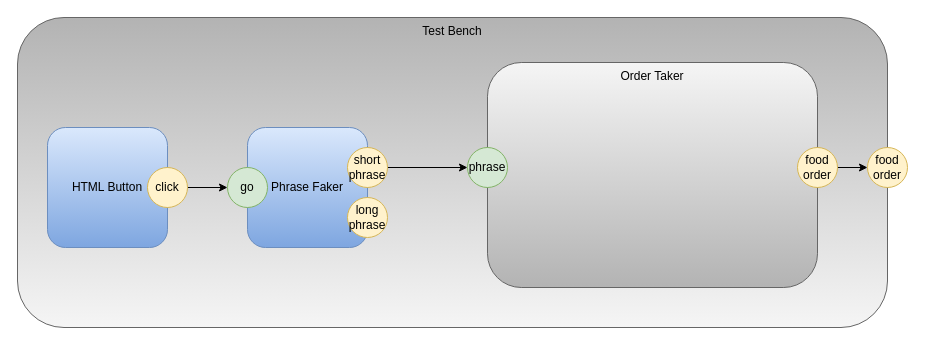
guitarvydas/das2json keeps this draw.io diagram as testbench.drawio. Above is the earlier version. Source tidied: cells renumbered, new cells numbered last; positions are measured from the earlier drawing's top-left corner, leaving out a move shared by most shapes. Both pictures are drawn from the tidied source at 100%, with x=0, y=0 at pixel (17, 17).
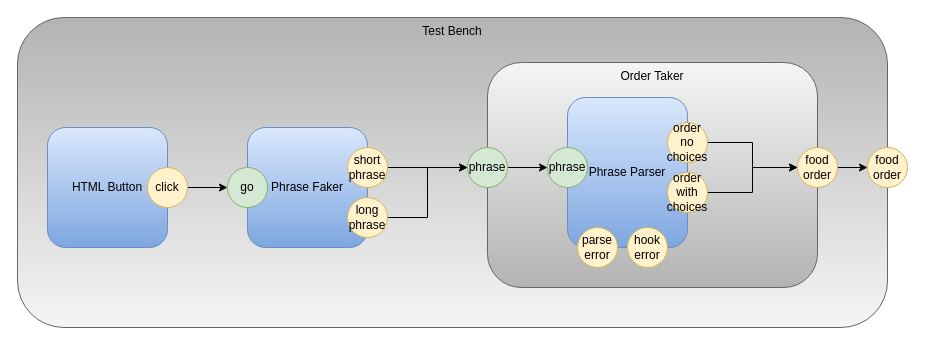
The same diagram, later.

Commit message (it also covers changes not shown here):
put testbench.drawio diagram back together again

Unchanged cells that the change refers to:
```xml
<mxCell id="5" value="food order" style="ellipse;whiteSpace=wrap;html=1;fillColor=#fff2cc;strokeColor=#d6b656;" parent="1" vertex="1">
  <mxGeometry x="780" y="130" width="40" height="40" as="geometry" />
</mxCell>
<mxCell id="6" value="phrase" style="ellipse;whiteSpace=wrap;html=1;fillColor=#d5e8d4;strokeColor=#82b366;" parent="1" vertex="1">
  <mxGeometry x="450" y="130" width="40" height="40" as="geometry" />
</mxCell>
<mxCell id="13" value="long phrase" style="ellipse;whiteSpace=wrap;html=1;fillColor=#fff2cc;strokeColor=#d6b656;" parent="1" vertex="1">
  <mxGeometry x="330" y="180" width="40" height="40" as="geometry" />
</mxCell>
```

The edit, as a diff of the source:
```diff
@@
+    <mxCell id="16" style="edgeStyle=orthogonalEdgeStyle;rounded=0;jettySize=auto;html=1;exitX=1;exitY=0.5;exitDx=0;exitDy=0;" parent="1" edge="1" source="6" target="21">
+      <mxGeometry relative="1" as="geometry" />
+    </mxCell>
@@
+    <mxCell id="17" style="edgeStyle=orthogonalEdgeStyle;rounded=0;jettySize=auto;html=1;exitX=1;exitY=0.5;exitDx=0;exitDy=0;entryX=0;entryY=0.5;entryDx=0;entryDy=0;" parent="1" edge="1" source="13" target="6">
+      <mxGeometry relative="1" as="geometry" />
+    </mxCell>
@@
+    <mxCell id="18" value="Phrase Parser" style="rounded=1;whiteSpace=wrap;html=1;gradientColor=#7ea6e0;fillColor=#dae8fc;strokeColor=#6c8ebf;" parent="1" vertex="1">
+      <mxGeometry x="550" y="80" width="120" height="150" as="geometry" />
+    </mxCell>
+    <mxCell id="19" style="edgeStyle=orthogonalEdgeStyle;rounded=0;jettySize=auto;html=1;exitX=1;exitY=0.5;exitDx=0;exitDy=0;" parent="1" edge="1" source="20" target="5">
+      <mxGeometry relative="1" as="geometry" />
+    </mxCell>
+    <mxCell id="20" value="order no choices" style="ellipse;whiteSpace=wrap;html=1;fillColor=#fff2cc;strokeColor=#d6b656;" parent="1" vertex="1">
+      <mxGeometry x="650" y="105" width="40" height="40" as="geometry" />
+    </mxCell>
+    <mxCell id="21" value="phrase" style="ellipse;whiteSpace=wrap;html=1;fillColor=#d5e8d4;strokeColor=#82b366;" parent="1" vertex="1">
+      <mxGeometry x="530" y="130" width="40" height="40" as="geometry" />
+    </mxCell>
+    <mxCell id="22" style="edgeStyle=orthogonalEdgeStyle;rounded=0;jettySize=auto;html=1;exitX=1;exitY=0.5;exitDx=0;exitDy=0;" parent="1" edge="1" source="23" target="5">
+      <mxGeometry relative="1" as="geometry" />
+    </mxCell>
+    <mxCell id="23" value="order with choices" style="ellipse;whiteSpace=wrap;html=1;fillColor=#fff2cc;strokeColor=#d6b656;" parent="1" vertex="1">
+      <mxGeometry x="650" y="155" width="40" height="40" as="geometry" />
+    </mxCell>
+    <mxCell id="24" value="parse error" style="ellipse;whiteSpace=wrap;html=1;fillColor=#fff2cc;strokeColor=#d6b656;" parent="1" vertex="1">
+      <mxGeometry x="560" y="210" width="40" height="40" as="geometry" />
+    </mxCell>
+    <mxCell id="25" value="hook error" style="ellipse;whiteSpace=wrap;html=1;fillColor=#fff2cc;strokeColor=#d6b656;" parent="1" vertex="1">
+      <mxGeometry x="610" y="210" width="40" height="40" as="geometry" />
+    </mxCell>
```
